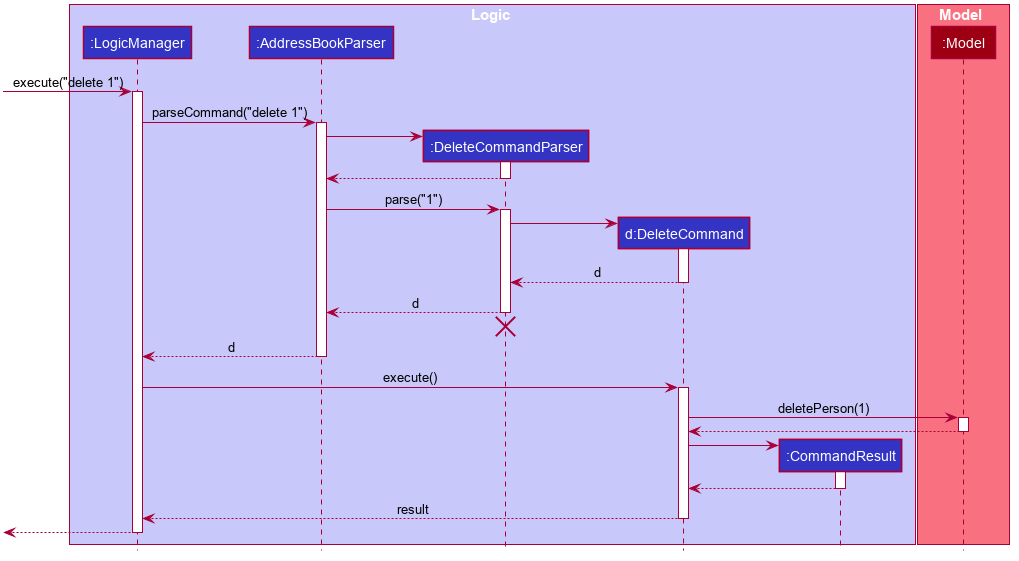
The PlantUML diagram docs/images/DeleteSequenceDiagram.png in nus-cs2103-AY2223S2/tp, before a commit.
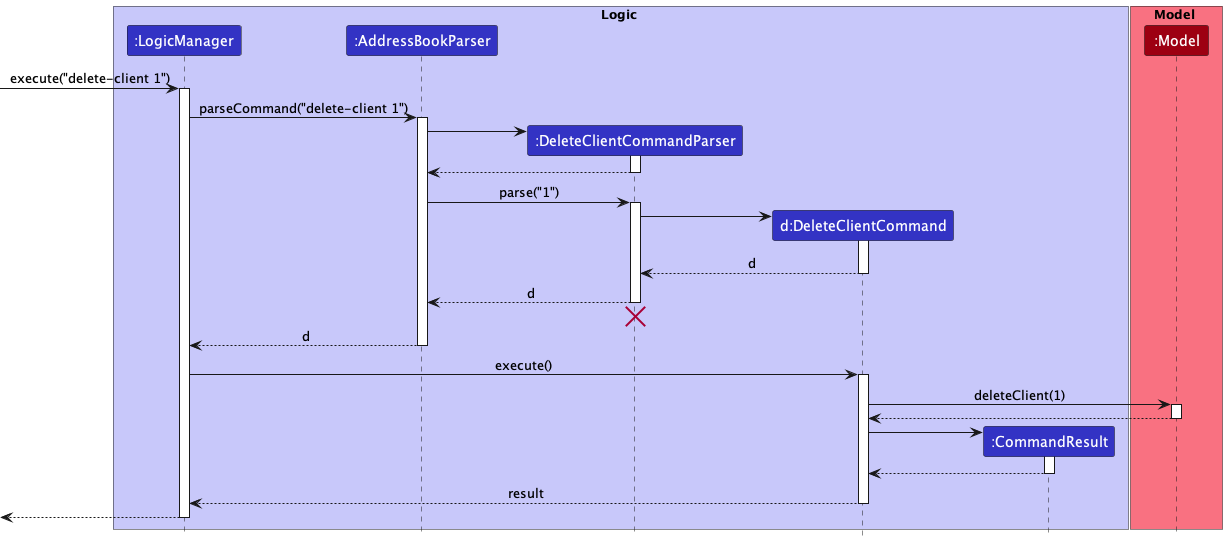
Later version of the same file.

The edit, as a diff of the source:
```diff
@@ -1,114 +1,67 @@
 @startuml
+!include style.puml
 
-
-
-
-
-
-
-
-skinparam BackgroundColor #FFFFFFF
-
-skinparam Shadowing false
-
-skinparam Class {
-    FontColor #FFFFFF
-    BorderThickness 1
-    BorderColor #FFFFFF
-    StereotypeFontColor #FFFFFF
-    FontName Arial
-}
-
-skinparam Actor {
-    BorderColor #000000
-    Color #000000
-    FontName Arial
-}
-
-skinparam Sequence {
-    MessageAlign center
-    BoxFontSize 15
-    BoxPadding 0
-    BoxFontColor #FFFFFF
-    FontName Arial
-}
-
-skinparam Participant {
-    FontColor #FFFFFFF
-    Padding 20
-}
-
-skinparam MinClassWidth 50
-skinparam ParticipantPadding 10
-skinparam Shadowing false
-skinparam DefaultTextAlignment center
-skinparam packageStyle Rectangle
-
-hide footbox
-hide members
-hide circle
-
-box Logic #C8C8FA
-participant ":LogicManager" as LogicManager #3333C4
-participant ":AddressBookParser" as AddressBookParser #3333C4
-participant ":DeleteCommandParser" as DeleteCommandParser #3333C4
-participant "d:DeleteCommand" as DeleteCommand #3333C4
-participant ":CommandResult" as CommandResult #3333C4
+box Logic LOGIC_COLOR_T1
+participant ":LogicManager" as LogicManager LOGIC_COLOR
+participant ":AddressBookParser" as AddressBookParser LOGIC_COLOR
+participant ":DeleteClientCommandParser" as DeleteClientCommandParser LOGIC_COLOR
+participant "d:DeleteClientCommand" as DeleteClientCommand LOGIC_COLOR
+participant ":CommandResult" as CommandResult LOGIC_COLOR
 end box
 
-box Model #F97181
-participant ":Model" as Model #9D0012
+box Model MODEL_COLOR_T1
+participant ":Model" as Model MODEL_COLOR
 end box
 
-[-> LogicManager : execute("delete 1")
+[-> LogicManager : execute("delete-client 1")
 activate LogicManager
 
-LogicManager -> AddressBookParser : parseCommand("delete 1")
+LogicManager -> AddressBookParser : parseCommand("delete-client 1")
 activate AddressBookParser
 
-create DeleteCommandParser
-AddressBookParser -> DeleteCommandParser
-activate DeleteCommandParser
+create DeleteClientCommandParser
+AddressBookParser -> DeleteClientCommandParser
+activate DeleteClientCommandParser
 
-DeleteCommandParser --> AddressBookParser
-deactivate DeleteCommandParser
+DeleteClientCommandParser --> AddressBookParser
+deactivate DeleteClientCommandParser
 
-AddressBookParser -> DeleteCommandParser : parse("1")
-activate DeleteCommandParser
+AddressBookParser -> DeleteClientCommandParser : parse("1")
+activate DeleteClientCommandParser
 
-create DeleteCommand
-DeleteCommandParser -> DeleteCommand
-activate DeleteCommand
+create DeleteClientCommand
+DeleteClientCommandParser -> DeleteClientCommand
+activate DeleteClientCommand
 
-DeleteCommand --> DeleteCommandParser : d
-deactivate DeleteCommand
+DeleteClientCommand --> DeleteClientCommandParser : d
+deactivate DeleteClientCommand
 
-DeleteCommandParser --> AddressBookParser : d
-deactivate DeleteCommandParser
-DeleteCommandParser -[hidden]-> AddressBookParser
-destroy DeleteCommandParser
+DeleteClientCommandParser --> AddressBookParser : d
+deactivate DeleteClientCommandParser
+DeleteClientCommandParser -[hidden]-> AddressBookParser
+destroy DeleteClientCommandParser
 
 AddressBookParser --> LogicManager : d
 deactivate AddressBookParser
 
-LogicManager -> DeleteCommand : execute()
-activate DeleteCommand
+LogicManager -> DeleteClientCommand : execute()
+activate DeleteClientCommand
 
-DeleteCommand -> Model : deletePerson(1)
+DeleteClientCommand -> Model : deleteClient(1)
 activate Model
 
-Model --> DeleteCommand
+Model --> DeleteClientCommand
 deactivate Model
 
 create CommandResult
-DeleteCommand -> CommandResult
+DeleteClientCommand -> CommandResult
 activate CommandResult
 
-CommandResult --> DeleteCommand
+CommandResult --> DeleteClientCommand
 deactivate CommandResult
 
-DeleteCommand --> LogicManager : result
-deactivate DeleteCommand
+DeleteClientCommand --> LogicManager : result
+deactivate DeleteClientCommand
 
 [<--LogicManager
 deactivate LogicManager
```
